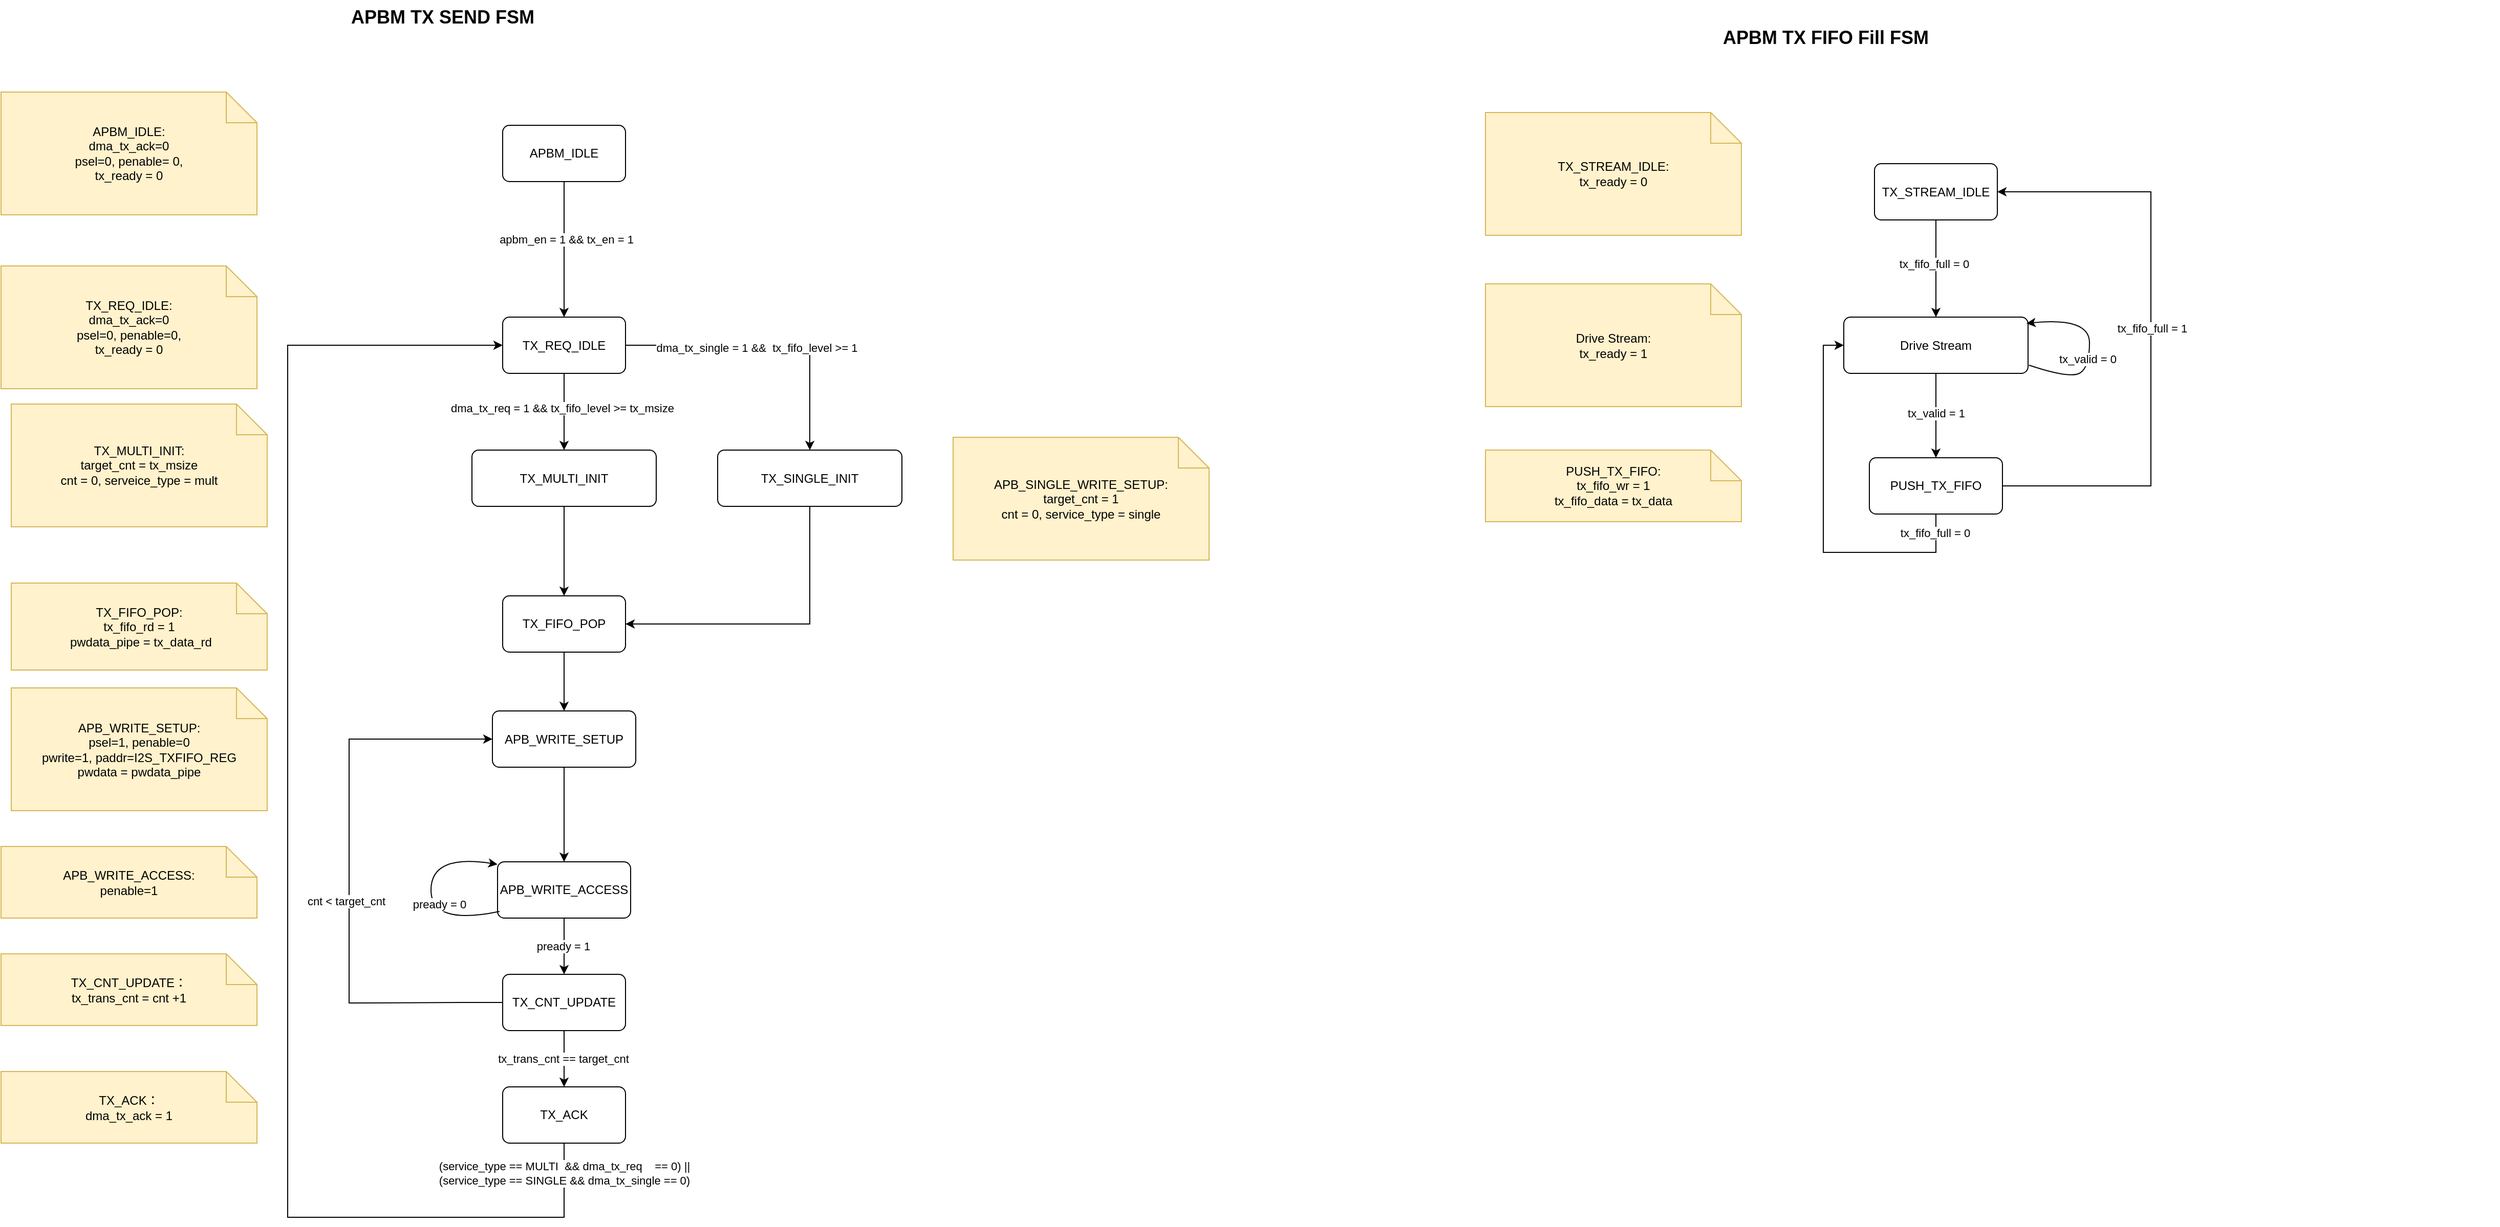
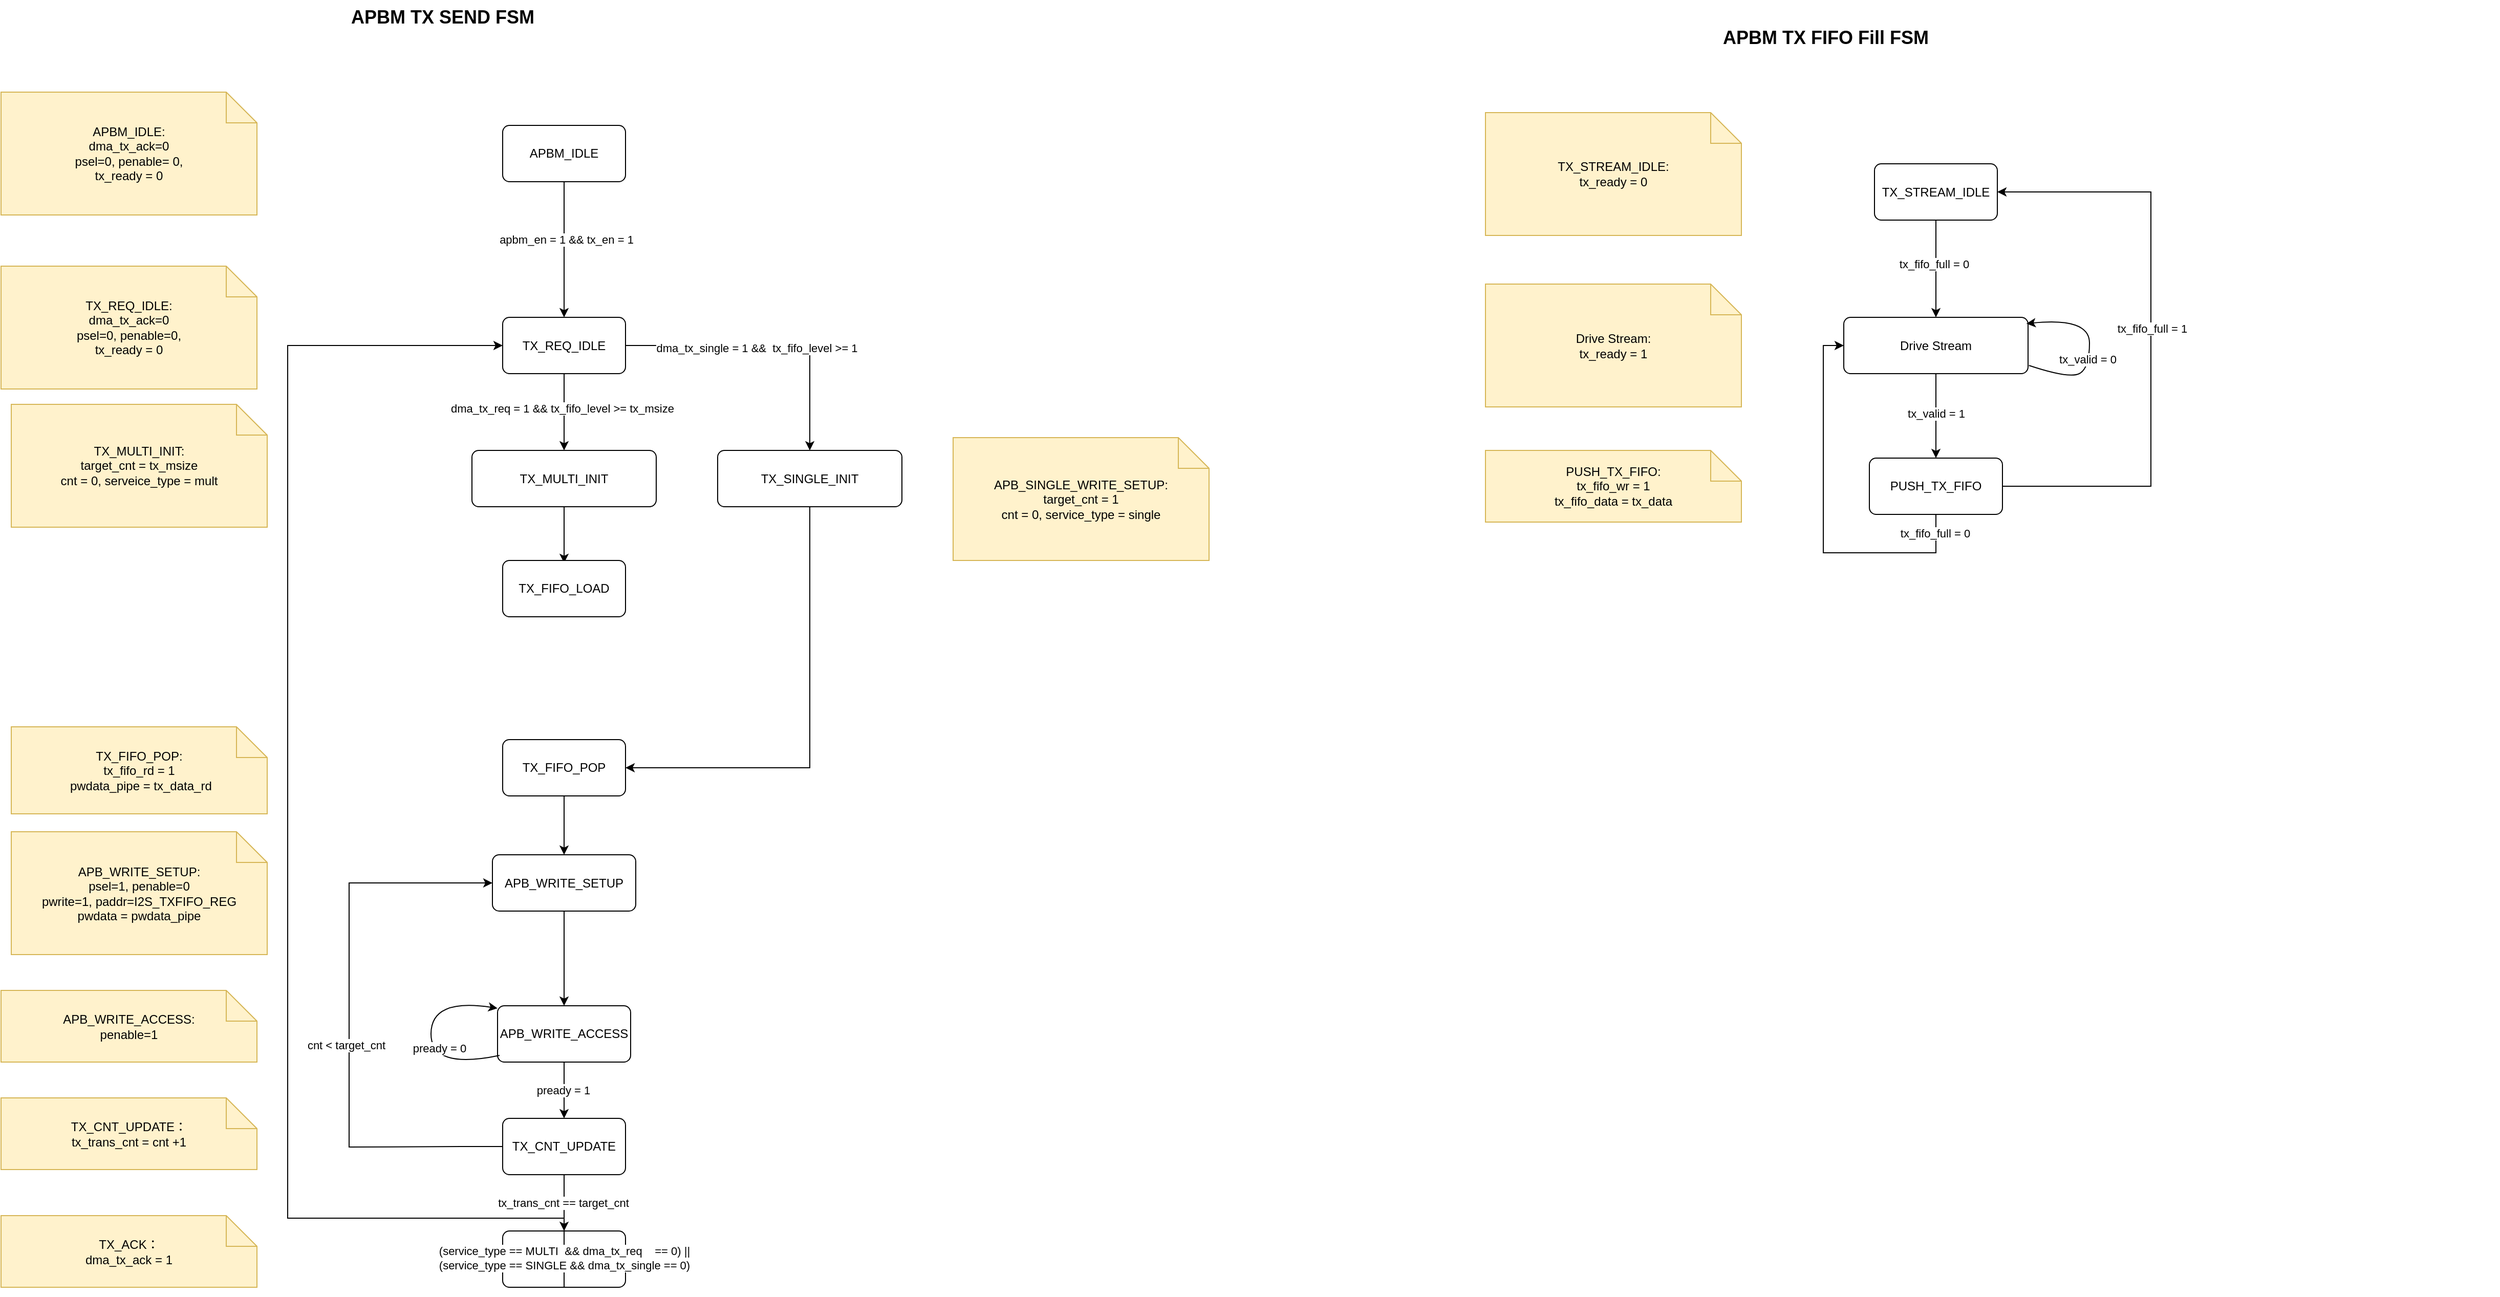
<mxfile host="app.diagrams.net">
  <diagram name="第 1 页" id="fH5n9Me7nUtPE_JYtTzi">
-     <mxGraphModel dx="645" dy="364" grid="1" gridSize="10" guides="1" tooltips="1" connect="1" arrows="1" fold="1" page="1" pageScale="1" pageWidth="827" pageHeight="1169" math="0" shadow="0">
+     <mxGraphModel dx="911" dy="514" grid="1" gridSize="10" guides="1" tooltips="1" connect="1" arrows="1" fold="1" page="1" pageScale="1" pageWidth="827" pageHeight="1169" math="0" shadow="0">
      <root>
        <mxCell id="0" />
        <mxCell id="1" parent="0" />
        <mxCell id="Ly1VW1kiYANL2SHkxWqd-1" parent="1" style="text;html=1;strokeColor=none;fillColor=none;fontSize=18;fontStyle=1;" value="APBM TX SEND FSM&amp;nbsp;&amp;nbsp;" vertex="1">
          <mxGeometry height="40" width="760" x="810" y="130" as="geometry" />
        </mxCell>
        <mxCell id="Ly1VW1kiYANL2SHkxWqd-2" parent="1" style="rounded=1;whiteSpace=wrap;html=1;arcSize=12;fillColor=#ffffff;strokeColor=#000000;" value="TX_REQ_IDLE" vertex="1">
          <mxGeometry height="55" width="120" x="960" y="440" as="geometry" />
        </mxCell>
        <mxCell id="Ly1VW1kiYANL2SHkxWqd-3" parent="1" style="rounded=1;whiteSpace=wrap;html=1;arcSize=12;fillColor=#ffffff;strokeColor=#000000;" value="APB_WRITE_SETUP" vertex="1">
-           <mxGeometry height="55" width="140" x="950" y="825" as="geometry" />
+           <mxGeometry height="55" width="140" x="950" y="965" as="geometry" />
        </mxCell>
        <mxCell id="Ly1VW1kiYANL2SHkxWqd-4" edge="1" parent="1" source="Ly1VW1kiYANL2SHkxWqd-2" style="endArrow=classic;html=1;rounded=0;exitX=0.5;exitY=1;exitDx=0;exitDy=0;entryX=0.5;entryY=0;entryDx=0;entryDy=0;" target="Ly1VW1kiYANL2SHkxWqd-40" value="">
          <mxGeometry height="50" relative="1" width="50" as="geometry">
            <mxPoint x="1040" y="560" as="sourcePoint" />
            <mxPoint x="1020" y="570" as="targetPoint" />
          </mxGeometry>
        </mxCell>
        <mxCell id="Ly1VW1kiYANL2SHkxWqd-5" connectable="0" parent="Ly1VW1kiYANL2SHkxWqd-4" style="edgeLabel;html=1;align=center;verticalAlign=middle;resizable=0;points=[];" value="dma_tx_req = 1 &amp;amp;&amp;amp; tx_fifo_level &amp;gt;= tx_msize" vertex="1">
          <mxGeometry relative="1" x="-0.0927" y="-2" as="geometry">
            <mxPoint as="offset" />
          </mxGeometry>
        </mxCell>
        <mxCell id="Ly1VW1kiYANL2SHkxWqd-6" parent="1" style="shape=note;whiteSpace=wrap;html=1;fillColor=#fff2cc;strokeColor=#d6b656;" value="APB_WRITE_SETUP:&lt;div&gt;psel=1, penable=0&lt;br&gt;pwrite=1, paddr=I2S_TXFIFO_REG&lt;/div&gt;&lt;div&gt;pwdata = pwdata_pipe&lt;/div&gt;" vertex="1">
-           <mxGeometry height="120" width="250" x="480" y="802.5" as="geometry" />
+           <mxGeometry height="120" width="250" x="480" y="942.5" as="geometry" />
        </mxCell>
        <mxCell id="Ly1VW1kiYANL2SHkxWqd-7" parent="1" style="rounded=1;whiteSpace=wrap;html=1;arcSize=12;fillColor=#ffffff;strokeColor=#000000;" value="APB_WRITE_ACCESS" vertex="1">
-           <mxGeometry height="55" width="130" x="955" y="972.5" as="geometry" />
+           <mxGeometry height="55" width="130" x="955" y="1112.5" as="geometry" />
        </mxCell>
        <mxCell id="Ly1VW1kiYANL2SHkxWqd-8" edge="1" parent="1" source="Ly1VW1kiYANL2SHkxWqd-3" style="endArrow=classic;html=1;rounded=0;exitX=0.5;exitY=1;exitDx=0;exitDy=0;entryX=0.5;entryY=0;entryDx=0;entryDy=0;" target="Ly1VW1kiYANL2SHkxWqd-7" value="">
          <mxGeometry height="50" relative="1" width="50" as="geometry">
-             <mxPoint x="1030" y="955" as="sourcePoint" />
-             <mxPoint x="1080" y="905" as="targetPoint" />
+             <mxPoint x="1030" y="1095" as="sourcePoint" />
+             <mxPoint x="1080" y="1045" as="targetPoint" />
          </mxGeometry>
        </mxCell>
        <mxCell id="Ly1VW1kiYANL2SHkxWqd-9" parent="1" style="shape=note;whiteSpace=wrap;html=1;fillColor=#fff2cc;strokeColor=#d6b656;" value="APB_WRITE_ACCESS:&lt;br&gt;penable=1" vertex="1">
-           <mxGeometry height="70" width="250" x="470" y="957.5" as="geometry" />
+           <mxGeometry height="70" width="250" x="470" y="1097.5" as="geometry" />
        </mxCell>
        <mxCell id="Ly1VW1kiYANL2SHkxWqd-10" edge="1" parent="1" source="Ly1VW1kiYANL2SHkxWqd-7" style="curved=1;endArrow=classic;html=1;rounded=0;exitX=0.015;exitY=0.881;exitDx=0;exitDy=0;entryX=0;entryY=0;entryDx=0;entryDy=0;exitPerimeter=0;" value="">
          <mxGeometry height="50" relative="1" width="50" as="geometry">
            <Array as="points">
-               <mxPoint x="890" y="1035" />
-               <mxPoint x="890" y="965" />
-             </Array>
-             <mxPoint x="955" y="1030" as="sourcePoint" />
-             <mxPoint x="955" y="975" as="targetPoint" />
+               <mxPoint x="890" y="1175" />
+               <mxPoint x="890" y="1105" />
+             </Array>
+             <mxPoint x="955" y="1170" as="sourcePoint" />
+             <mxPoint x="955" y="1115" as="targetPoint" />
          </mxGeometry>
        </mxCell>
        <mxCell id="Ly1VW1kiYANL2SHkxWqd-11" connectable="0" parent="Ly1VW1kiYANL2SHkxWqd-10" style="edgeLabel;html=1;align=center;verticalAlign=middle;resizable=0;points=[];" value="pready = 0" vertex="1">
          <mxGeometry relative="1" x="-0.1215" y="-8" as="geometry">
            <mxPoint as="offset" />
          </mxGeometry>
        </mxCell>
        <mxCell id="Ly1VW1kiYANL2SHkxWqd-13" edge="1" parent="1" source="Ly1VW1kiYANL2SHkxWqd-7" style="endArrow=classic;html=1;rounded=0;exitX=0.5;exitY=1;exitDx=0;exitDy=0;entryX=0.5;entryY=0;entryDx=0;entryDy=0;" target="Ly1VW1kiYANL2SHkxWqd-47" value="">
          <mxGeometry height="50" relative="1" width="50" as="geometry">
-             <mxPoint x="1010" y="1105" as="sourcePoint" />
-             <mxPoint x="1020" y="1072.5" as="targetPoint" />
+             <mxPoint x="1010" y="1245" as="sourcePoint" />
+             <mxPoint x="1020" y="1212.5" as="targetPoint" />
          </mxGeometry>
        </mxCell>
        <mxCell id="Ly1VW1kiYANL2SHkxWqd-14" connectable="0" parent="Ly1VW1kiYANL2SHkxWqd-13" style="edgeLabel;html=1;align=center;verticalAlign=middle;resizable=0;points=[];" value="pready = 1" vertex="1">
          <mxGeometry relative="1" x="0.0089" y="-1" as="geometry">
            <mxPoint as="offset" />
          </mxGeometry>
        </mxCell>
        <mxCell id="Ly1VW1kiYANL2SHkxWqd-16" parent="1" style="rounded=1;whiteSpace=wrap;html=1;arcSize=12;fillColor=#ffffff;strokeColor=#000000;" value="TX_ACK" vertex="1">
-           <mxGeometry height="55" width="120" x="960" y="1192.5" as="geometry" />
+           <mxGeometry height="55" width="120" x="960" y="1332.5" as="geometry" />
        </mxCell>
        <mxCell id="Ly1VW1kiYANL2SHkxWqd-17" edge="1" parent="1" source="Ly1VW1kiYANL2SHkxWqd-47" style="endArrow=classic;html=1;rounded=0;exitX=0.5;exitY=1;exitDx=0;exitDy=0;entryX=0.5;entryY=0;entryDx=0;entryDy=0;" target="Ly1VW1kiYANL2SHkxWqd-16" value="">
          <mxGeometry height="50" relative="1" width="50" as="geometry">
-             <mxPoint x="1150.3600000000001" y="1027.5" as="sourcePoint" />
-             <mxPoint x="1150" y="1062.5" as="targetPoint" />
+             <mxPoint x="1150.3600000000001" y="1167.5" as="sourcePoint" />
+             <mxPoint x="1150" y="1202.5" as="targetPoint" />
          </mxGeometry>
        </mxCell>
        <mxCell id="Ly1VW1kiYANL2SHkxWqd-18" connectable="0" parent="Ly1VW1kiYANL2SHkxWqd-17" style="edgeLabel;html=1;align=center;verticalAlign=middle;resizable=0;points=[];" value="tx_trans_cnt == target_cnt" vertex="1">
          <mxGeometry relative="1" x="0.0089" y="-1" as="geometry">
            <mxPoint as="offset" />
          </mxGeometry>
        </mxCell>
        <mxCell id="Ly1VW1kiYANL2SHkxWqd-19" parent="1" style="shape=note;whiteSpace=wrap;html=1;fillColor=#fff2cc;strokeColor=#d6b656;" value="TX_ACK：&lt;div&gt;dma_tx_ack = 1&lt;/div&gt;" vertex="1">
-           <mxGeometry height="70" width="250" x="470" y="1177.5" as="geometry" />
+           <mxGeometry height="70" width="250" x="470" y="1317.5" as="geometry" />
        </mxCell>
        <mxCell id="Ly1VW1kiYANL2SHkxWqd-20" parent="1" style="shape=note;whiteSpace=wrap;html=1;fillColor=#fff2cc;strokeColor=#d6b656;" value="TX_REQ_IDLE:&lt;div&gt;dma_tx_ack=0&lt;/div&gt;&lt;div&gt;psel=0, penable=0,&lt;br&gt;&lt;/div&gt;&lt;div&gt;tx_ready = 0&lt;br&gt;&lt;/div&gt;" vertex="1">
          <mxGeometry height="120" width="250" x="470" y="390" as="geometry" />
        </mxCell>
        <mxCell id="Ly1VW1kiYANL2SHkxWqd-21" edge="1" parent="1" source="Ly1VW1kiYANL2SHkxWqd-16" style="endArrow=classic;html=1;rounded=0;exitX=0.5;exitY=1;exitDx=0;exitDy=0;edgeStyle=orthogonalEdgeStyle;entryX=0;entryY=0.5;entryDx=0;entryDy=0;" target="Ly1VW1kiYANL2SHkxWqd-2" value="">
          <mxGeometry height="50" relative="1" width="50" as="geometry">
            <Array as="points">
              <mxPoint x="1020" y="1320" />
              <mxPoint x="750" y="1320" />
              <mxPoint x="750" y="468" />
            </Array>
            <mxPoint x="909.95" y="1052.5" as="sourcePoint" />
            <mxPoint x="850" y="465" as="targetPoint" />
          </mxGeometry>
        </mxCell>
        <mxCell id="Ly1VW1kiYANL2SHkxWqd-22" connectable="0" parent="Ly1VW1kiYANL2SHkxWqd-21" style="edgeLabel;html=1;align=center;verticalAlign=middle;resizable=0;points=[];" value="&lt;div&gt;(service_type == MULTI&amp;nbsp; &amp;amp;&amp;amp; dma_tx_req&amp;nbsp; &amp;nbsp; == 0) ||&lt;/div&gt;&lt;div&gt;(service_type == SINGLE &amp;amp;&amp;amp; dma_tx_single == 0)&lt;/div&gt;" vertex="1">
          <mxGeometry relative="1" x="-0.9589" as="geometry">
            <mxPoint as="offset" />
          </mxGeometry>
        </mxCell>
        <mxCell id="Ly1VW1kiYANL2SHkxWqd-23" edge="1" parent="1" source="Ly1VW1kiYANL2SHkxWqd-2" style="endArrow=classic;html=1;rounded=0;exitX=1;exitY=0.5;exitDx=0;exitDy=0;edgeStyle=orthogonalEdgeStyle;entryX=0.5;entryY=0;entryDx=0;entryDy=0;" target="Ly1VW1kiYANL2SHkxWqd-25" value="">
          <mxGeometry height="50" relative="1" width="50" as="geometry">
            <mxPoint x="1250" y="540" as="sourcePoint" />
            <mxPoint x="1260" y="560" as="targetPoint" />
          </mxGeometry>
        </mxCell>
        <mxCell id="Ly1VW1kiYANL2SHkxWqd-24" connectable="0" parent="Ly1VW1kiYANL2SHkxWqd-23" style="edgeLabel;html=1;align=center;verticalAlign=middle;resizable=0;points=[];" value="dma_tx_single = 1 &amp;amp;&amp;amp;&amp;nbsp; tx_fifo_level &amp;gt;= 1" vertex="1">
          <mxGeometry relative="1" x="-0.0927" y="-2" as="geometry">
            <mxPoint as="offset" />
          </mxGeometry>
        </mxCell>
        <mxCell id="Ly1VW1kiYANL2SHkxWqd-25" parent="1" style="rounded=1;whiteSpace=wrap;html=1;arcSize=12;fillColor=#ffffff;strokeColor=#000000;" value="TX_SINGLE_INIT" vertex="1">
          <mxGeometry height="55" width="180" x="1170" y="570" as="geometry" />
        </mxCell>
        <mxCell id="Ly1VW1kiYANL2SHkxWqd-26" parent="1" style="shape=note;whiteSpace=wrap;html=1;fillColor=#fff2cc;strokeColor=#d6b656;" value="APB_SINGLE_WRITE_SETUP:&lt;div&gt;target_cnt = 1&lt;br&gt;cnt = 0, service_type = single&lt;/div&gt;" vertex="1">
          <mxGeometry height="120" width="250" x="1400" y="557.5" as="geometry" />
        </mxCell>
        <mxCell id="Ly1VW1kiYANL2SHkxWqd-27" edge="1" parent="1" source="Ly1VW1kiYANL2SHkxWqd-25" style="endArrow=classic;html=1;rounded=0;exitX=0.5;exitY=1;exitDx=0;exitDy=0;edgeStyle=orthogonalEdgeStyle;entryX=1;entryY=0.5;entryDx=0;entryDy=0;" target="Ly1VW1kiYANL2SHkxWqd-28" value="">
          <mxGeometry height="50" relative="1" width="50" as="geometry">
            <mxPoint x="1230" y="950" as="sourcePoint" />
            <mxPoint x="1090" y="705" as="targetPoint" />
          </mxGeometry>
        </mxCell>
        <mxCell id="Ly1VW1kiYANL2SHkxWqd-28" parent="1" style="rounded=1;whiteSpace=wrap;html=1;arcSize=12;fillColor=#ffffff;strokeColor=#000000;" value="TX_FIFO_POP" vertex="1">
-           <mxGeometry height="55" width="120" x="960" y="712.5" as="geometry" />
-         </mxCell>
-         <mxCell id="Ly1VW1kiYANL2SHkxWqd-29" edge="1" parent="1" source="Ly1VW1kiYANL2SHkxWqd-40" style="endArrow=classic;html=1;rounded=0;entryX=0.5;entryY=0;entryDx=0;entryDy=0;exitX=0.5;exitY=1;exitDx=0;exitDy=0;" target="Ly1VW1kiYANL2SHkxWqd-28" value="">
+           <mxGeometry height="55" width="120" x="960" y="852.5" as="geometry" />
+         </mxCell>
+         <mxCell id="Ly1VW1kiYANL2SHkxWqd-29" edge="1" parent="1" source="Ly1VW1kiYANL2SHkxWqd-40" style="endArrow=classic;html=1;rounded=0;exitX=0.5;exitY=1;exitDx=0;exitDy=0;" value="">
          <mxGeometry height="50" relative="1" width="50" as="geometry">
            <mxPoint x="1010" y="630" as="sourcePoint" />
-             <mxPoint x="1040" y="787.5" as="targetPoint" />
+             <mxPoint x="1020" y="680" as="targetPoint" />
          </mxGeometry>
        </mxCell>
        <mxCell id="Ly1VW1kiYANL2SHkxWqd-33" parent="1" style="shape=note;whiteSpace=wrap;html=1;fillColor=#fff2cc;strokeColor=#d6b656;" value="TX_FIFO_POP:&lt;div&gt;tx_fifo_rd = 1&lt;br&gt;&lt;div&gt;&amp;nbsp;pwdata_pipe = tx_data_rd&lt;/div&gt;&lt;/div&gt;" vertex="1">
-           <mxGeometry height="85" width="250" x="480" y="700" as="geometry" />
+           <mxGeometry height="85" width="250" x="480" y="840" as="geometry" />
        </mxCell>
        <mxCell id="Ly1VW1kiYANL2SHkxWqd-34" parent="1" style="rounded=1;whiteSpace=wrap;html=1;arcSize=12;fillColor=#ffffff;strokeColor=#000000;" value="APBM_IDLE" vertex="1">
          <mxGeometry height="55" width="120" x="960" y="252.5" as="geometry" />
        </mxCell>
        <mxCell id="Ly1VW1kiYANL2SHkxWqd-35" edge="1" parent="1" source="Ly1VW1kiYANL2SHkxWqd-34" style="endArrow=classic;html=1;rounded=0;exitX=0.5;exitY=1;exitDx=0;exitDy=0;" target="Ly1VW1kiYANL2SHkxWqd-2" value="">
          <mxGeometry height="50" relative="1" width="50" as="geometry">
            <mxPoint x="1060" y="360" as="sourcePoint" />
            <mxPoint x="1110" y="310" as="targetPoint" />
          </mxGeometry>
        </mxCell>
        <mxCell id="Ly1VW1kiYANL2SHkxWqd-36" connectable="0" parent="Ly1VW1kiYANL2SHkxWqd-35" style="edgeLabel;html=1;align=center;verticalAlign=middle;resizable=0;points=[];" value="apbm_en = 1 &amp;amp;&amp;amp; tx_en = 1" vertex="1">
          <mxGeometry relative="1" x="-0.1446" y="2" as="geometry">
            <mxPoint as="offset" />
          </mxGeometry>
        </mxCell>
        <mxCell id="Ly1VW1kiYANL2SHkxWqd-37" parent="1" style="shape=note;whiteSpace=wrap;html=1;fillColor=#fff2cc;strokeColor=#d6b656;" value="APBM_IDLE:&lt;div&gt;dma_tx_ack=0&lt;/div&gt;&lt;div&gt;psel=0, penable= 0,&lt;br&gt;&lt;/div&gt;&lt;div&gt;tx_ready = 0&lt;/div&gt;" vertex="1">
          <mxGeometry height="120" width="250" x="470" y="220" as="geometry" />
        </mxCell>
        <mxCell id="Ly1VW1kiYANL2SHkxWqd-38" edge="1" parent="1" source="Ly1VW1kiYANL2SHkxWqd-47" style="endArrow=classic;html=1;rounded=0;edgeStyle=orthogonalEdgeStyle;entryX=0;entryY=0.5;entryDx=0;entryDy=0;exitX=0;exitY=0.5;exitDx=0;exitDy=0;" target="Ly1VW1kiYANL2SHkxWqd-3" value="">
          <mxGeometry height="50" relative="1" width="50" as="geometry">
            <Array as="points">
-               <mxPoint x="920" y="1109.5" />
-               <mxPoint x="810" y="1110.5" />
-               <mxPoint x="810" y="852.5" />
-             </Array>
-             <mxPoint x="920" y="1072.5" as="sourcePoint" />
-             <mxPoint x="800" y="732.5" as="targetPoint" />
+               <mxPoint x="920" y="1249.5" />
+               <mxPoint x="810" y="1250.5" />
+               <mxPoint x="810" y="992.5" />
+             </Array>
+             <mxPoint x="920" y="1212.5" as="sourcePoint" />
+             <mxPoint x="800" y="872.5" as="targetPoint" />
          </mxGeometry>
        </mxCell>
        <mxCell id="Ly1VW1kiYANL2SHkxWqd-39" connectable="0" parent="Ly1VW1kiYANL2SHkxWqd-38" style="edgeLabel;html=1;align=center;verticalAlign=middle;resizable=0;points=[];" value="cnt &amp;lt; target_cnt" vertex="1">
          <mxGeometry relative="1" x="-0.0902" y="3" as="geometry">
            <mxPoint as="offset" />
          </mxGeometry>
        </mxCell>
        <mxCell id="Ly1VW1kiYANL2SHkxWqd-40" parent="1" style="rounded=1;whiteSpace=wrap;html=1;arcSize=12;fillColor=#ffffff;strokeColor=#000000;" value="TX_MULTI_INIT" vertex="1">
          <mxGeometry height="55" width="180" x="930" y="570" as="geometry" />
        </mxCell>
        <mxCell id="Ly1VW1kiYANL2SHkxWqd-42" parent="1" style="shape=note;whiteSpace=wrap;html=1;fillColor=#fff2cc;strokeColor=#d6b656;" value="TX_MULTI_INIT:&lt;div&gt;target_cnt = tx_msize&lt;br&gt;cnt = 0, serveice_type = mult&lt;/div&gt;" vertex="1">
          <mxGeometry height="120" width="250" x="480" y="525" as="geometry" />
        </mxCell>
        <mxCell id="Ly1VW1kiYANL2SHkxWqd-45" edge="1" parent="1" source="Ly1VW1kiYANL2SHkxWqd-28" style="endArrow=classic;html=1;rounded=0;exitX=0.5;exitY=1;exitDx=0;exitDy=0;" target="Ly1VW1kiYANL2SHkxWqd-3" value="">
          <mxGeometry height="50" relative="1" width="50" as="geometry">
-             <mxPoint x="1019.5699999999999" y="767.5" as="sourcePoint" />
-             <mxPoint x="1019.5699999999999" y="824.5" as="targetPoint" />
+             <mxPoint x="1019.5699999999999" y="907.5" as="sourcePoint" />
+             <mxPoint x="1019.5699999999999" y="964.5" as="targetPoint" />
          </mxGeometry>
        </mxCell>
        <mxCell id="Ly1VW1kiYANL2SHkxWqd-47" parent="1" style="rounded=1;whiteSpace=wrap;html=1;arcSize=12;fillColor=#ffffff;strokeColor=#000000;" value="TX_CNT_UPDATE" vertex="1">
-           <mxGeometry height="55" width="120" x="960" y="1082.5" as="geometry" />
+           <mxGeometry height="55" width="120" x="960" y="1222.5" as="geometry" />
        </mxCell>
        <mxCell id="Ly1VW1kiYANL2SHkxWqd-48" parent="1" style="shape=note;whiteSpace=wrap;html=1;fillColor=#fff2cc;strokeColor=#d6b656;" value="TX_CNT_UPDATE：&lt;div&gt;tx_trans_cnt = cnt +1&lt;/div&gt;" vertex="1">
-           <mxGeometry height="70" width="250" x="470" y="1062.5" as="geometry" />
+           <mxGeometry height="70" width="250" x="470" y="1202.5" as="geometry" />
        </mxCell>
        <mxCell id="Ly1VW1kiYANL2SHkxWqd-49" parent="1" style="text;html=1;strokeColor=none;fillColor=none;fontSize=18;fontStyle=1;" value="APBM TX FIFO Fill FSM&amp;nbsp;&amp;nbsp;" vertex="1">
          <mxGeometry height="40" width="760" x="2150" y="150" as="geometry" />
        </mxCell>
        <mxCell id="Ly1VW1kiYANL2SHkxWqd-50" parent="1" style="rounded=1;whiteSpace=wrap;html=1;arcSize=12;fillColor=#ffffff;strokeColor=#000000;" value="TX_STREAM_IDLE" vertex="1">
          <mxGeometry height="55" width="120" x="2300" y="290" as="geometry" />
        </mxCell>
        <mxCell id="Ly1VW1kiYANL2SHkxWqd-51" parent="1" style="rounded=1;whiteSpace=wrap;html=1;arcSize=12;fillColor=#ffffff;strokeColor=#000000;" value="Drive Stream" vertex="1">
          <mxGeometry height="55" width="180" x="2270" y="440" as="geometry" />
        </mxCell>
        <mxCell id="Ly1VW1kiYANL2SHkxWqd-52" edge="1" parent="1" source="Ly1VW1kiYANL2SHkxWqd-50" style="endArrow=classic;html=1;rounded=0;exitX=0.5;exitY=1;exitDx=0;exitDy=0;entryX=0.5;entryY=0;entryDx=0;entryDy=0;" target="Ly1VW1kiYANL2SHkxWqd-51" value="">
          <mxGeometry height="50" relative="1" width="50" as="geometry">
            <mxPoint x="2380" y="410" as="sourcePoint" />
            <mxPoint x="2430" y="360" as="targetPoint" />
          </mxGeometry>
        </mxCell>
        <mxCell id="Ly1VW1kiYANL2SHkxWqd-53" connectable="0" parent="Ly1VW1kiYANL2SHkxWqd-52" style="edgeLabel;html=1;align=center;verticalAlign=middle;resizable=0;points=[];" value="tx_fifo_full = 0" vertex="1">
          <mxGeometry relative="1" x="-0.0927" y="-2" as="geometry">
            <mxPoint as="offset" />
          </mxGeometry>
        </mxCell>
        <mxCell id="Ly1VW1kiYANL2SHkxWqd-54" parent="1" style="shape=note;whiteSpace=wrap;html=1;fillColor=#fff2cc;strokeColor=#d6b656;" value="Drive Stream:&lt;div&gt;tx_ready = 1&lt;/div&gt;" vertex="1">
          <mxGeometry height="120" width="250" x="1920" y="407.5" as="geometry" />
        </mxCell>
        <mxCell id="Ly1VW1kiYANL2SHkxWqd-55" parent="1" style="rounded=1;whiteSpace=wrap;html=1;arcSize=12;fillColor=#ffffff;strokeColor=#000000;" value="PUSH_TX_FIFO" vertex="1">
          <mxGeometry height="55" width="130" x="2295" y="577.5" as="geometry" />
        </mxCell>
        <mxCell id="Ly1VW1kiYANL2SHkxWqd-56" edge="1" parent="1" source="Ly1VW1kiYANL2SHkxWqd-51" style="endArrow=classic;html=1;rounded=0;exitX=0.5;exitY=1;exitDx=0;exitDy=0;entryX=0.5;entryY=0;entryDx=0;entryDy=0;" target="Ly1VW1kiYANL2SHkxWqd-55" value="">
          <mxGeometry height="50" relative="1" width="50" as="geometry">
            <mxPoint x="2370" y="560" as="sourcePoint" />
            <mxPoint x="2420" y="510" as="targetPoint" />
          </mxGeometry>
        </mxCell>
        <mxCell id="Ly1VW1kiYANL2SHkxWqd-57" connectable="0" parent="Ly1VW1kiYANL2SHkxWqd-56" style="edgeLabel;html=1;align=center;verticalAlign=middle;resizable=0;points=[];" value="tx_valid = 1" vertex="1">
          <mxGeometry relative="1" x="-0.0537" as="geometry">
            <mxPoint as="offset" />
          </mxGeometry>
        </mxCell>
        <mxCell id="Ly1VW1kiYANL2SHkxWqd-58" parent="1" style="shape=note;whiteSpace=wrap;html=1;fillColor=#fff2cc;strokeColor=#d6b656;" value="PUSH_TX_FIFO:&lt;div&gt;tx_fifo_wr = 1&lt;/div&gt;&lt;div&gt;tx_fifo_data = tx_data&lt;/div&gt;" vertex="1">
          <mxGeometry height="70" width="250" x="1920" y="570" as="geometry" />
        </mxCell>
        <mxCell id="Ly1VW1kiYANL2SHkxWqd-59" parent="1" style="shape=note;whiteSpace=wrap;html=1;fillColor=#fff2cc;strokeColor=#d6b656;" value="TX_STREAM_IDLE:&lt;div&gt;tx_ready = 0&lt;/div&gt;" vertex="1">
          <mxGeometry height="120" width="250" x="1920" y="240" as="geometry" />
        </mxCell>
        <mxCell id="Ly1VW1kiYANL2SHkxWqd-60" edge="1" parent="1" source="Ly1VW1kiYANL2SHkxWqd-55" style="endArrow=classic;html=1;rounded=0;exitX=0.5;exitY=1;exitDx=0;exitDy=0;entryX=0;entryY=0.5;entryDx=0;entryDy=0;edgeStyle=orthogonalEdgeStyle;" target="Ly1VW1kiYANL2SHkxWqd-51" value="">
          <mxGeometry height="50" relative="1" width="50" as="geometry">
            <Array as="points">
              <mxPoint x="2360" y="670" />
              <mxPoint x="2250" y="670" />
              <mxPoint x="2250" y="468" />
            </Array>
            <mxPoint x="2550" y="570" as="sourcePoint" />
            <mxPoint x="2600" y="520" as="targetPoint" />
          </mxGeometry>
        </mxCell>
        <mxCell id="Ly1VW1kiYANL2SHkxWqd-61" connectable="0" parent="Ly1VW1kiYANL2SHkxWqd-60" style="edgeLabel;html=1;align=center;verticalAlign=middle;resizable=0;points=[];" value="tx_fifo_full = 0" vertex="1">
          <mxGeometry relative="1" x="-0.9016" y="-1" as="geometry">
            <mxPoint as="offset" />
          </mxGeometry>
        </mxCell>
        <mxCell id="Ly1VW1kiYANL2SHkxWqd-62" edge="1" parent="1" source="Ly1VW1kiYANL2SHkxWqd-55" style="endArrow=classic;html=1;rounded=0;exitX=1;exitY=0.5;exitDx=0;exitDy=0;entryX=1;entryY=0.5;entryDx=0;entryDy=0;edgeStyle=orthogonalEdgeStyle;" target="Ly1VW1kiYANL2SHkxWqd-50" value="">
          <mxGeometry height="50" relative="1" width="50" as="geometry">
            <Array as="points">
              <mxPoint x="2570" y="605" />
              <mxPoint x="2570" y="318" />
            </Array>
            <mxPoint x="2510" y="600" as="sourcePoint" />
            <mxPoint x="2560" y="550" as="targetPoint" />
          </mxGeometry>
        </mxCell>
        <mxCell id="Ly1VW1kiYANL2SHkxWqd-63" connectable="0" parent="Ly1VW1kiYANL2SHkxWqd-62" style="edgeLabel;html=1;align=center;verticalAlign=middle;resizable=0;points=[];" value="tx_fifo_full = 1" vertex="1">
          <mxGeometry relative="1" x="0.0267" y="-1" as="geometry">
            <mxPoint as="offset" />
          </mxGeometry>
        </mxCell>
        <mxCell id="Ly1VW1kiYANL2SHkxWqd-64" edge="1" parent="1" source="Ly1VW1kiYANL2SHkxWqd-51" style="curved=1;endArrow=classic;html=1;rounded=0;entryX=0.991;entryY=0.112;entryDx=0;entryDy=0;exitX=1.005;exitY=0.854;exitDx=0;exitDy=0;exitPerimeter=0;entryPerimeter=0;" target="Ly1VW1kiYANL2SHkxWqd-51" value="">
          <mxGeometry height="50" relative="1" width="50" as="geometry">
            <Array as="points">
              <mxPoint x="2490" y="500" />
              <mxPoint x="2510" y="490" />
              <mxPoint x="2510" y="440" />
            </Array>
            <mxPoint x="2460" y="560" as="sourcePoint" />
            <mxPoint x="2510" y="510" as="targetPoint" />
          </mxGeometry>
        </mxCell>
        <mxCell id="Ly1VW1kiYANL2SHkxWqd-65" connectable="0" parent="Ly1VW1kiYANL2SHkxWqd-64" style="edgeLabel;html=1;align=center;verticalAlign=middle;resizable=0;points=[];" value="tx_valid = 0" vertex="1">
          <mxGeometry relative="1" x="-0.1698" y="2" as="geometry">
            <mxPoint as="offset" />
          </mxGeometry>
+         </mxCell>
+         <mxCell id="Ly1VW1kiYANL2SHkxWqd-66" parent="1" style="rounded=1;whiteSpace=wrap;html=1;arcSize=12;fillColor=#ffffff;strokeColor=#000000;" value="TX_FIFO_LOAD" vertex="1">
+           <mxGeometry height="55" width="120" x="960" y="677.5" as="geometry" />
        </mxCell>
      </root>
    </mxGraphModel>
  </diagram>
</mxfile>
